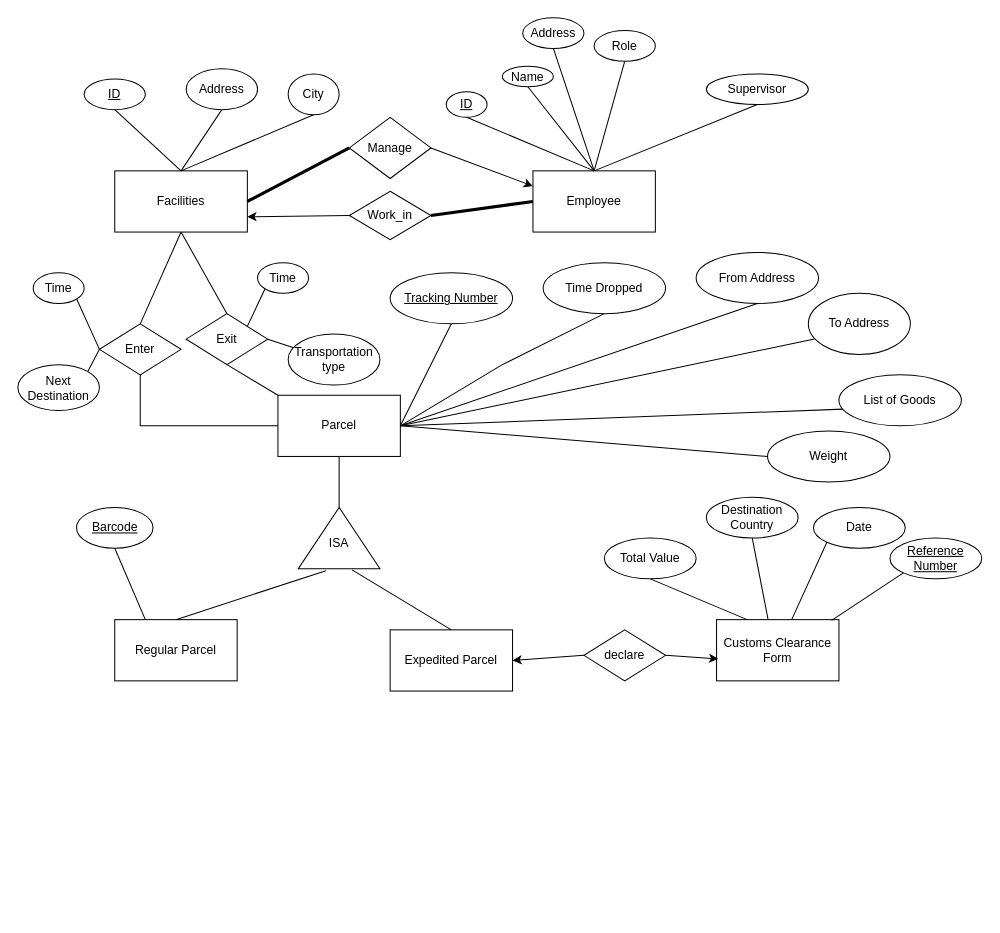
This is ER.drawio from StevenYang23/FlagRaisingGame, a draw.io file, before an edit. Source tidied: cells renumbered, new cells numbered last; positions are measured from the earlier drawing's top-left corner, leaving out a move shared by most shapes. Both pictures are drawn from the tidied source at 102%, with x=0, y=0 at pixel (17, 17).
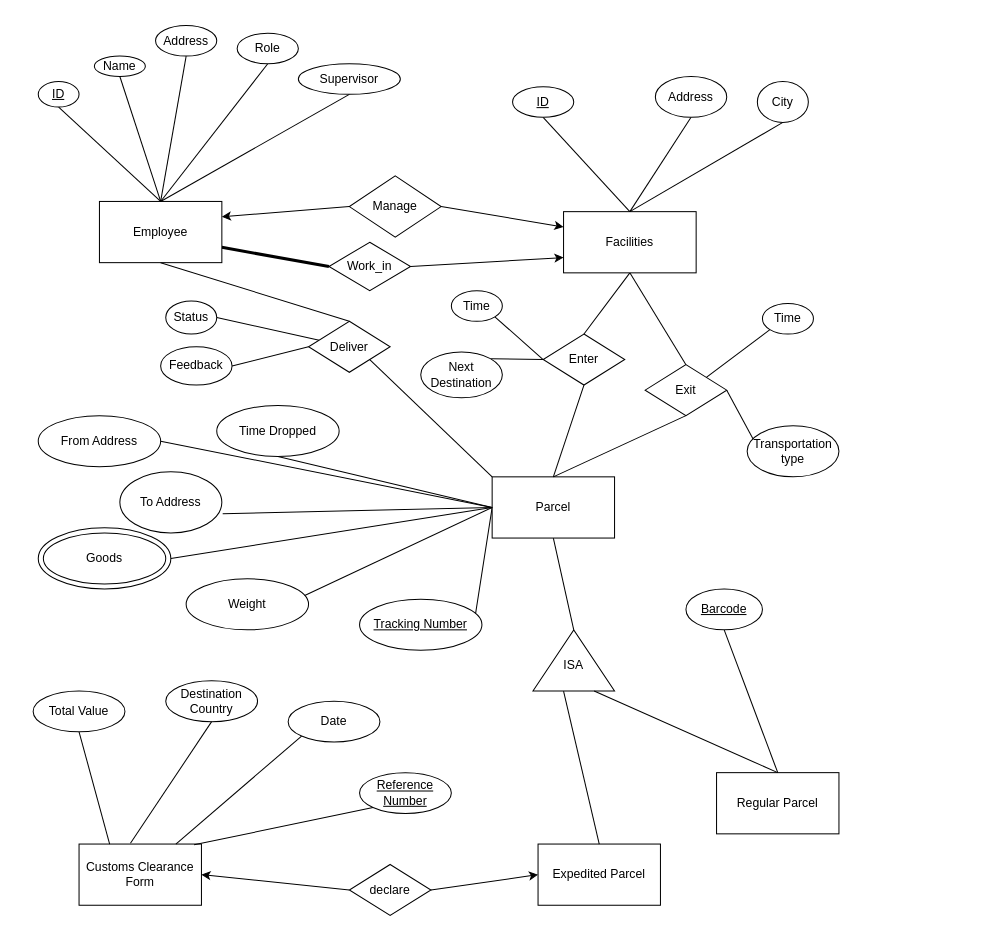
The same diagram, later.

Change to the diagram source:
```diff
@@
+    <mxCell id="74" style="ellipse;whiteSpace=wrap;html=1;" parent="1" vertex="1">
+      <mxGeometry x="20" y="500" width="130" height="60" as="geometry" />
+    </mxCell>
@@
     <mxCell id="4" value="Facilities" style="rounded=0;whiteSpace=wrap;html=1;" parent="1" vertex="1">
-      <mxGeometry x="95" y="150" width="130" height="60" as="geometry" />
+      <mxGeometry x="535" y="190" width="130" height="60" as="geometry" />
     </mxCell>
@@
     <mxCell id="6" value="ID" style="ellipse;whiteSpace=wrap;html=1;fontStyle=4;" parent="1" vertex="1">
-      <mxGeometry x="65" y="60" width="60" height="30" as="geometry" />
+      <mxGeometry x="485" y="67.5" width="60" height="30" as="geometry" />
     </mxCell>
@@
     <mxCell id="8" value="Address" style="ellipse;whiteSpace=wrap;html=1;" parent="1" vertex="1">
-      <mxGeometry x="165" y="50" width="70" height="40" as="geometry" />
+      <mxGeometry x="625" y="57.5" width="70" height="40" as="geometry" />
     </mxCell>
@@
     <mxCell id="10" value="City" style="ellipse;whiteSpace=wrap;html=1;" parent="1" vertex="1">
-      <mxGeometry x="265" y="55" width="50" height="40" as="geometry" />
+      <mxGeometry x="725" y="62.5" width="50" height="40" as="geometry" />
     </mxCell>
-    <mxCell id="11" style="rounded=0;jettySize=auto;html=1;exitX=0;exitY=0.5;exitDx=0;exitDy=0;entryX=1;entryY=0.5;entryDx=0;entryDy=0;endArrow=none;endFill=0;curved=0;strokeColor=default;strokeWidth=3;" parent="1" edge="1" source="12" target="4">
+    <mxCell id="11" style="rounded=0;jettySize=auto;html=1;entryX=0;entryY=0.25;entryDx=0;entryDy=0;endArrow=classic;endFill=1;curved=0;strokeColor=default;strokeWidth=1;exitX=1;exitY=0.5;exitDx=0;exitDy=0;" parent="1" edge="1" source="12" target="4">
       <mxGeometry relative="1" as="geometry" />
     </mxCell>
     <mxCell id="12" value="Manage" style="rhombus;whiteSpace=wrap;html=1;" parent="1" vertex="1">
-      <mxGeometry x="325" y="97.5" width="80" height="60" as="geometry" />
+      <mxGeometry x="325" y="155" width="90" height="60" as="geometry" />
     </mxCell>
-    <mxCell id="13" style="rounded=0;jettySize=auto;html=1;exitX=0;exitY=0.25;exitDx=0;exitDy=0;entryX=1;entryY=0.5;entryDx=0;entryDy=0;endArrow=none;endFill=0;startArrow=classic;startFill=1;" parent="1" edge="1" source="15" target="12">
+    <mxCell id="13" style="rounded=0;jettySize=auto;html=1;exitX=1;exitY=0.25;exitDx=0;exitDy=0;entryX=0;entryY=0.5;entryDx=0;entryDy=0;endArrow=none;endFill=0;startArrow=classic;startFill=1;" parent="1" edge="1" source="15" target="12">
       <mxGeometry relative="1" as="geometry" />
     </mxCell>
-    <mxCell id="14" style="rounded=0;jettySize=auto;html=1;exitX=0;exitY=0.5;exitDx=0;exitDy=0;entryX=1;entryY=0.5;entryDx=0;entryDy=0;endArrow=none;endFill=0;strokeWidth=3;" parent="1" edge="1" source="15" target="73">
+    <mxCell id="14" style="rounded=0;jettySize=auto;html=1;exitX=1;exitY=0.75;exitDx=0;exitDy=0;entryX=0;entryY=0.5;entryDx=0;entryDy=0;endArrow=none;endFill=0;strokeWidth=3;" parent="1" edge="1" source="15" target="73">
       <mxGeometry relative="1" as="geometry" />
     </mxCell>
     <mxCell id="15" value="Employee" style="rounded=0;whiteSpace=wrap;html=1;" parent="1" vertex="1">
-      <mxGeometry x="505" y="150" width="120" height="60" as="geometry" />
+      <mxGeometry x="80" y="180" width="120" height="60" as="geometry" />
     </mxCell>
@@
     <mxCell id="17" value="ID" style="ellipse;whiteSpace=wrap;html=1;fontStyle=4;" parent="1" vertex="1">
-      <mxGeometry x="420" y="72.5" width="40" height="25" as="geometry" />
+      <mxGeometry x="20" y="62.5" width="40" height="25" as="geometry" />
     </mxCell>
@@
     <mxCell id="19" value="Name" style="ellipse;whiteSpace=wrap;html=1;" parent="1" vertex="1">
-      <mxGeometry x="475" y="47.5" width="50" height="20" as="geometry" />
+      <mxGeometry x="75" y="37.5" width="50" height="20" as="geometry" />
     </mxCell>
@@
     <mxCell id="21" value="Address" style="ellipse;whiteSpace=wrap;html=1;" parent="1" vertex="1">
-      <mxGeometry x="495" width="60" height="30" as="geometry" />
+      <mxGeometry x="135" y="7.5" width="60" height="30" as="geometry" />
     </mxCell>
@@
     <mxCell id="23" value="Role" style="ellipse;whiteSpace=wrap;html=1;" parent="1" vertex="1">
-      <mxGeometry x="565" y="12.5" width="60" height="30" as="geometry" />
+      <mxGeometry x="215" y="15" width="60" height="30" as="geometry" />
     </mxCell>
@@
     <mxCell id="25" value="Supervisor" style="ellipse;whiteSpace=wrap;html=1;" parent="1" vertex="1">
-      <mxGeometry x="675" y="55" width="100" height="30" as="geometry" />
+      <mxGeometry x="275" y="45" width="100" height="30" as="geometry" />
     </mxCell>
     <mxCell id="26" value="Regular Parcel" style="rounded=0;whiteSpace=wrap;html=1;" parent="1" vertex="1">
-      <mxGeometry x="95" y="590" width="120" height="60" as="geometry" />
+      <mxGeometry x="685" y="740" width="120" height="60" as="geometry" />
     </mxCell>
-    <mxCell id="27" style="rounded=0;jettySize=auto;html=1;exitX=0.5;exitY=1;exitDx=0;exitDy=0;entryX=1;entryY=0.5;entryDx=0;entryDy=0;endArrow=none;endFill=0;" parent="1" edge="1" source="28" target="31">
+    <mxCell id="27" style="rounded=0;jettySize=auto;html=1;exitX=0.947;exitY=0.296;exitDx=0;exitDy=0;entryX=0;entryY=0.5;entryDx=0;entryDy=0;endArrow=none;endFill=0;exitPerimeter=0;" parent="1" edge="1" source="28" target="31">
       <mxGeometry relative="1" as="geometry" />
     </mxCell>
     <mxCell id="28" value="&lt;u&gt;Tracking Number&lt;/u&gt;" style="ellipse;whiteSpace=wrap;html=1;" parent="1" vertex="1">
-      <mxGeometry x="365" y="250" width="120" height="50" as="geometry" />
+      <mxGeometry x="335" y="570" width="120" height="50" as="geometry" />
     </mxCell>
     <mxCell id="29" value="Expedited Parcel" style="rounded=0;whiteSpace=wrap;html=1;" parent="1" vertex="1">
-      <mxGeometry x="365" y="600" width="120" height="60" as="geometry" />
+      <mxGeometry x="510" y="810" width="120" height="60" as="geometry" />
     </mxCell>
@@
     <mxCell id="31" value="Parcel" style="rounded=0;whiteSpace=wrap;html=1;" parent="1" vertex="1">
-      <mxGeometry x="255" y="370" width="120" height="60" as="geometry" />
+      <mxGeometry x="465" y="450" width="120" height="60" as="geometry" />
     </mxCell>
     <mxCell id="32" style="triangle;whiteSpace=wrap;html=1;rotation=-90;" parent="1" vertex="1">
-      <mxGeometry x="285" y="470" width="60" height="80" as="geometry" />
+      <mxGeometry x="515" y="590" width="60" height="80" as="geometry" />
     </mxCell>
     <mxCell id="33" value="ISA" style="text;html=1;strokeColor=none;fillColor=none;align=center;verticalAlign=middle;whiteSpace=wrap;rounded=0;" parent="1" vertex="1">
-      <mxGeometry x="285" y="500" width="60" height="30" as="geometry" />
+      <mxGeometry x="515" y="620" width="60" height="30" as="geometry" />
     </mxCell>
-    <mxCell id="34" style="rounded=0;jettySize=auto;html=1;exitX=0.5;exitY=0;exitDx=0;exitDy=0;entryX=-0.02;entryY=0.658;entryDx=0;entryDy=0;entryPerimeter=0;endArrow=none;endFill=0;" parent="1" edge="1" source="29" target="32">
-      <mxGeometry relative="1" as="geometry" />
+    <mxCell id="34" style="rounded=0;jettySize=auto;html=1;exitX=0.5;exitY=0;exitDx=0;exitDy=0;endArrow=none;endFill=0;" parent="1" edge="1" source="29">
+      <mxGeometry relative="1" as="geometry">
+        <mxPoint x="535" y="660" as="targetPoint" />
+      </mxGeometry>
     </mxCell>
-    <mxCell id="35" style="rounded=0;jettySize=auto;html=1;exitX=0.5;exitY=0;exitDx=0;exitDy=0;entryX=-0.033;entryY=0.338;entryDx=0;entryDy=0;entryPerimeter=0;endArrow=none;endFill=0;" parent="1" edge="1" source="26" target="32">
+    <mxCell id="35" style="rounded=0;jettySize=auto;html=1;exitX=0.5;exitY=0;exitDx=0;exitDy=0;endArrow=none;endFill=0;entryX=0;entryY=0.75;entryDx=0;entryDy=0;" parent="1" edge="1" source="26" target="32">
       <mxGeometry relative="1" as="geometry" />
     </mxCell>
-    <mxCell id="36" style="rounded=0;jettySize=auto;html=1;exitX=0.5;exitY=1;exitDx=0;exitDy=0;endArrow=none;endFill=0;entryX=1;entryY=0.5;entryDx=0;entryDy=0;" parent="1" edge="1" source="37" target="31">
+    <mxCell id="36" style="rounded=0;jettySize=auto;html=1;exitX=1;exitY=0.5;exitDx=0;exitDy=0;endArrow=none;endFill=0;entryX=0;entryY=0.5;entryDx=0;entryDy=0;" parent="1" edge="1" source="37" target="31">
       <mxGeometry relative="1" as="geometry" />
     </mxCell>
     <mxCell id="37" value="From Address" style="ellipse;whiteSpace=wrap;html=1;" parent="1" vertex="1">
-      <mxGeometry x="665" y="230" width="120" height="50" as="geometry" />
+      <mxGeometry x="20" y="390" width="120" height="50" as="geometry" />
     </mxCell>
-    <mxCell id="38" style="rounded=0;jettySize=auto;html=1;exitX=0.5;exitY=1;exitDx=0;exitDy=0;endArrow=none;endFill=0;entryX=1;entryY=0.5;entryDx=0;entryDy=0;" parent="1" edge="1" source="39" target="31">
-      <mxGeometry relative="1" as="geometry">
-        <Array as="points">
-          <mxPoint x="475" y="340" />
-        </Array>
-      </mxGeometry>
+    <mxCell id="38" style="rounded=0;jettySize=auto;html=1;exitX=0.5;exitY=1;exitDx=0;exitDy=0;endArrow=none;endFill=0;entryX=0;entryY=0.5;entryDx=0;entryDy=0;" parent="1" edge="1" source="39" target="31">
+      <mxGeometry relative="1" as="geometry" />
     </mxCell>
     <mxCell id="39" value="Time Dropped" style="ellipse;whiteSpace=wrap;html=1;" parent="1" vertex="1">
-      <mxGeometry x="515" y="240" width="120" height="50" as="geometry" />
+      <mxGeometry x="195" y="380" width="120" height="50" as="geometry" />
     </mxCell>
-    <mxCell id="40" style="rounded=0;jettySize=auto;html=1;exitX=0.06;exitY=0.747;exitDx=0;exitDy=0;entryX=1;entryY=0.5;entryDx=0;entryDy=0;endArrow=none;endFill=0;exitPerimeter=0;" parent="1" edge="1" source="41" target="31">
+    <mxCell id="40" style="rounded=0;jettySize=auto;html=1;exitX=1.008;exitY=0.687;exitDx=0;exitDy=0;endArrow=none;endFill=0;exitPerimeter=0;entryX=0;entryY=0.5;entryDx=0;entryDy=0;" parent="1" edge="1" source="41" target="31">
       <mxGeometry relative="1" as="geometry" />
     </mxCell>
     <mxCell id="41" value="To Address" style="ellipse;whiteSpace=wrap;html=1;" parent="1" vertex="1">
-      <mxGeometry x="775" y="270" width="100" height="60" as="geometry" />
+      <mxGeometry x="100" y="445" width="100" height="60" as="geometry" />
     </mxCell>
-    <mxCell id="42" style="rounded=0;jettySize=auto;html=1;exitX=0.033;exitY=0.672;exitDx=0;exitDy=0;entryX=1;entryY=0.5;entryDx=0;entryDy=0;endArrow=none;endFill=0;exitPerimeter=0;" parent="1" edge="1" source="43" target="31">
+    <mxCell id="42" style="rounded=0;jettySize=auto;html=1;endArrow=none;endFill=0;exitX=1;exitY=0.5;exitDx=0;exitDy=0;entryX=0;entryY=0.5;entryDx=0;entryDy=0;" parent="1" edge="1" source="74" target="31">
       <mxGeometry relative="1" as="geometry" />
     </mxCell>
-    <mxCell id="43" value="List of Goods" style="ellipse;whiteSpace=wrap;html=1;" parent="1" vertex="1">
-      <mxGeometry x="805" y="350" width="120" height="50" as="geometry" />
+    <mxCell id="43" value="Goods" style="ellipse;whiteSpace=wrap;html=1;" parent="1" vertex="1">
+      <mxGeometry x="25" y="505" width="120" height="50" as="geometry" />
     </mxCell>
-    <mxCell id="44" style="rounded=0;jettySize=auto;html=1;exitX=0;exitY=0.5;exitDx=0;exitDy=0;endArrow=none;endFill=0;entryX=1;entryY=0.5;entryDx=0;entryDy=0;" parent="1" edge="1" source="45" target="31">
+    <mxCell id="44" style="rounded=0;jettySize=auto;html=1;exitX=0.96;exitY=0.336;exitDx=0;exitDy=0;endArrow=none;endFill=0;entryX=0;entryY=0.5;entryDx=0;entryDy=0;exitPerimeter=0;" parent="1" edge="1" source="45" target="31">
       <mxGeometry relative="1" as="geometry" />
     </mxCell>
     <mxCell id="45" value="Weight" style="ellipse;whiteSpace=wrap;html=1;" parent="1" vertex="1">
-      <mxGeometry x="735" y="405" width="120" height="50" as="geometry" />
+      <mxGeometry x="165" y="550" width="120" height="50" as="geometry" />
     </mxCell>
-    <mxCell id="46" style="edgeStyle=orthogonalEdgeStyle;rounded=0;jettySize=auto;html=1;exitX=0.5;exitY=1;exitDx=0;exitDy=0;entryX=0;entryY=0.5;entryDx=0;entryDy=0;endArrow=none;endFill=0;" parent="1" edge="1" source="47" target="31">
+    <mxCell id="46" style="rounded=0;jettySize=auto;html=1;exitX=0.5;exitY=1;exitDx=0;exitDy=0;entryX=0.5;entryY=0;entryDx=0;entryDy=0;endArrow=none;endFill=0;" parent="1" edge="1" source="47" target="31">
       <mxGeometry relative="1" as="geometry" />
     </mxCell>
     <mxCell id="47" value="Enter" style="rhombus;whiteSpace=wrap;html=1;" parent="1" vertex="1">
-      <mxGeometry x="80" y="300" width="80" height="50" as="geometry" />
+      <mxGeometry x="515" y="310" width="80" height="50" as="geometry" />
     </mxCell>
@@
     <mxCell id="49" value="Next Destination" style="ellipse;whiteSpace=wrap;html=1;" parent="1" vertex="1">
-      <mxGeometry y="340" width="80" height="45" as="geometry" />
+      <mxGeometry x="395" y="327.5" width="80" height="45" as="geometry" />
     </mxCell>
@@
     <mxCell id="51" value="Time" style="ellipse;whiteSpace=wrap;html=1;" parent="1" vertex="1">
-      <mxGeometry x="15" y="250" width="50" height="30" as="geometry" />
+      <mxGeometry x="425" y="267.5" width="50" height="30" as="geometry" />
     </mxCell>
-    <mxCell id="52" style="rounded=0;jettySize=auto;html=1;exitX=0.5;exitY=1;exitDx=0;exitDy=0;entryX=0;entryY=0;entryDx=0;entryDy=0;endArrow=none;endFill=0;" parent="1" edge="1" source="53" target="31">
+    <mxCell id="52" style="rounded=0;jettySize=auto;html=1;exitX=0.5;exitY=1;exitDx=0;exitDy=0;entryX=0.5;entryY=0;entryDx=0;entryDy=0;endArrow=none;endFill=0;" parent="1" edge="1" source="53" target="31">
       <mxGeometry relative="1" as="geometry" />
     </mxCell>
     <mxCell id="53" value="Exit" style="rhombus;whiteSpace=wrap;html=1;" parent="1" vertex="1">
-      <mxGeometry x="165" y="290" width="80" height="50" as="geometry" />
+      <mxGeometry x="615" y="340" width="80" height="50" as="geometry" />
     </mxCell>
@@
     <mxCell id="55" value="Transportation type" style="ellipse;whiteSpace=wrap;html=1;" parent="1" vertex="1">
-      <mxGeometry x="265" y="310" width="90" height="50" as="geometry" />
+      <mxGeometry x="715" y="400" width="90" height="50" as="geometry" />
     </mxCell>
@@
     <mxCell id="57" value="Time" style="ellipse;whiteSpace=wrap;html=1;" parent="1" vertex="1">
-      <mxGeometry x="235" y="240" width="50" height="30" as="geometry" />
+      <mxGeometry x="730" y="280" width="50" height="30" as="geometry" />
     </mxCell>
-    <mxCell id="58" style="rounded=0;jettySize=auto;html=1;exitX=0.5;exitY=1;exitDx=0;exitDy=0;entryX=0.25;entryY=0;entryDx=0;entryDy=0;endArrow=none;endFill=0;" parent="1" edge="1" source="59" target="26">
+    <mxCell id="58" style="rounded=0;jettySize=auto;html=1;exitX=0.5;exitY=1;exitDx=0;exitDy=0;entryX=0.5;entryY=0;entryDx=0;entryDy=0;endArrow=none;endFill=0;" parent="1" edge="1" source="59" target="26">
       <mxGeometry relative="1" as="geometry" />
     </mxCell>
     <mxCell id="59" value="&lt;u&gt;Barcode&lt;/u&gt;" style="ellipse;whiteSpace=wrap;html=1;" parent="1" vertex="1">
-      <mxGeometry x="57.5" y="480" width="75" height="40" as="geometry" />
+      <mxGeometry x="655" y="560" width="75" height="40" as="geometry" />
     </mxCell>
     <mxCell id="60" value="Customs Clearance Form" style="rounded=0;whiteSpace=wrap;html=1;" parent="1" vertex="1">
-      <mxGeometry x="685" y="590" width="120" height="60" as="geometry" />
+      <mxGeometry x="60" y="810" width="120" height="60" as="geometry" />
     </mxCell>
@@
     <mxCell id="62" value="Total Value" style="ellipse;whiteSpace=wrap;html=1;" parent="1" vertex="1">
-      <mxGeometry x="575" y="510" width="90" height="40" as="geometry" />
+      <mxGeometry x="15" y="660" width="90" height="40" as="geometry" />
     </mxCell>
     <mxCell id="63" value="Destination Country" style="ellipse;whiteSpace=wrap;html=1;" parent="1" vertex="1">
-      <mxGeometry x="675" y="470" width="90" height="40" as="geometry" />
+      <mxGeometry x="145" y="650" width="90" height="40" as="geometry" />
     </mxCell>
@@
     <mxCell id="65" value="Date" style="ellipse;whiteSpace=wrap;html=1;" parent="1" vertex="1">
-      <mxGeometry x="780" y="480" width="90" height="40" as="geometry" />
+      <mxGeometry x="265" y="670" width="90" height="40" as="geometry" />
     </mxCell>
     <mxCell id="66" value="&lt;u&gt;Reference Number&lt;/u&gt;" style="ellipse;whiteSpace=wrap;html=1;" parent="1" vertex="1">
-      <mxGeometry x="855" y="510" width="90" height="40" as="geometry" />
+      <mxGeometry x="335" y="740" width="90" height="40" as="geometry" />
     </mxCell>
-    <mxCell id="67" style="rounded=0;jettySize=auto;html=1;exitX=0;exitY=0.5;exitDx=0;exitDy=0;entryX=1;entryY=0.5;entryDx=0;entryDy=0;" parent="1" edge="1" source="68" target="29">
+    <mxCell id="67" style="rounded=0;jettySize=auto;html=1;exitX=0;exitY=0.5;exitDx=0;exitDy=0;entryX=1;entryY=0.5;entryDx=0;entryDy=0;" parent="1" edge="1" source="68" target="60">
       <mxGeometry relative="1" as="geometry" />
     </mxCell>
     <mxCell id="68" value="declare" style="rhombus;whiteSpace=wrap;html=1;" parent="1" vertex="1">
-      <mxGeometry x="555" y="600" width="80" height="50" as="geometry" />
+      <mxGeometry x="325" y="830" width="80" height="50" as="geometry" />
     </mxCell>
-    <mxCell id="69" style="rounded=0;jettySize=auto;html=1;exitX=1;exitY=0.5;exitDx=0;exitDy=0;entryX=0.013;entryY=0.64;entryDx=0;entryDy=0;entryPerimeter=0;" parent="1" edge="1" source="68" target="60">
+    <mxCell id="69" style="rounded=0;jettySize=auto;html=1;exitX=1;exitY=0.5;exitDx=0;exitDy=0;entryX=0;entryY=0.5;entryDx=0;entryDy=0;" parent="1" edge="1" source="68" target="29">
       <mxGeometry relative="1" as="geometry" />
     </mxCell>
@@
-    <mxCell id="72" style="rounded=0;jettySize=auto;html=1;exitX=0;exitY=0.5;exitDx=0;exitDy=0;entryX=1;entryY=0.75;entryDx=0;entryDy=0;" parent="1" edge="1" source="73" target="4">
+    <mxCell id="72" style="rounded=0;jettySize=auto;html=1;exitX=1;exitY=0.5;exitDx=0;exitDy=0;entryX=0;entryY=0.75;entryDx=0;entryDy=0;" parent="1" edge="1" source="73" target="4">
       <mxGeometry relative="1" as="geometry" />
     </mxCell>
     <mxCell id="73" value="Work_in" style="rhombus;whiteSpace=wrap;html=1;" parent="1" vertex="1">
-      <mxGeometry x="325" y="170" width="80" height="47.5" as="geometry" />
+      <mxGeometry x="305" y="220" width="80" height="47.5" as="geometry" />
     </mxCell>
+    <mxCell id="75" style="rounded=0;jettySize=auto;html=1;exitX=0.5;exitY=0;exitDx=0;exitDy=0;entryX=0.5;entryY=1;entryDx=0;entryDy=0;endArrow=none;endFill=0;" parent="1" edge="1" source="77" target="15">
+      <mxGeometry relative="1" as="geometry" />
+    </mxCell>
+    <mxCell id="76" style="rounded=0;jettySize=auto;html=1;entryX=1;entryY=0.5;entryDx=0;entryDy=0;endArrow=none;endFill=0;" parent="1" edge="1" source="77" target="81">
+      <mxGeometry relative="1" as="geometry" />
+    </mxCell>
+    <mxCell id="77" value="Deliver" style="rhombus;whiteSpace=wrap;html=1;" parent="1" vertex="1">
+      <mxGeometry x="285" y="297.5" width="80" height="50" as="geometry" />
+    </mxCell>
+    <mxCell id="78" style="rounded=0;jettySize=auto;html=1;exitX=1;exitY=1;exitDx=0;exitDy=0;endArrow=none;endFill=0;entryX=0;entryY=0;entryDx=0;entryDy=0;" parent="1" edge="1" source="77" target="31">
+      <mxGeometry relative="1" as="geometry" />
+    </mxCell>
+    <mxCell id="79" style="rounded=0;jettySize=auto;html=1;exitX=1;exitY=0.5;exitDx=0;exitDy=0;entryX=0;entryY=0.5;entryDx=0;entryDy=0;endArrow=none;endFill=0;" parent="1" edge="1" source="80" target="77">
+      <mxGeometry relative="1" as="geometry" />
+    </mxCell>
+    <mxCell id="80" value="Feedback" style="ellipse;whiteSpace=wrap;html=1;" parent="1" vertex="1">
+      <mxGeometry x="140" y="322.5" width="70" height="37.5" as="geometry" />
+    </mxCell>
+    <mxCell id="81" value="Status" style="ellipse;whiteSpace=wrap;html=1;" parent="1" vertex="1">
+      <mxGeometry x="145" y="277.5" width="50" height="32.5" as="geometry" />
+    </mxCell>
```
